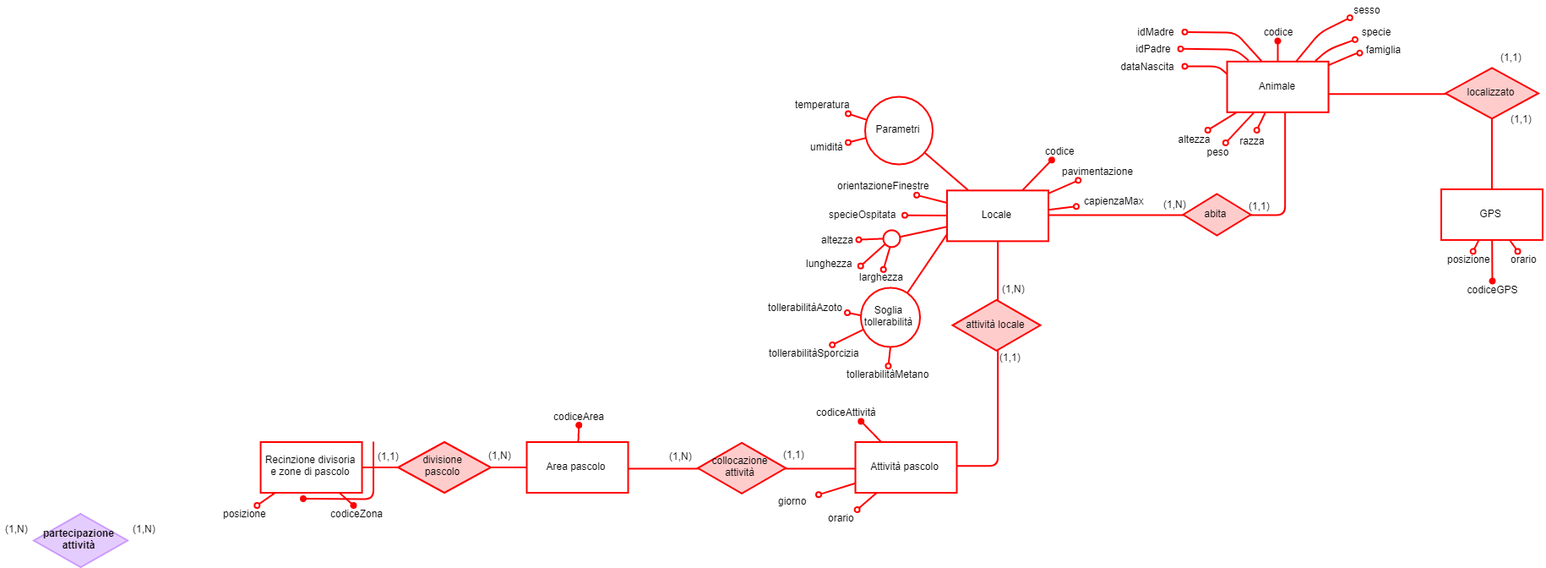
Before: operazioni/schemi_parziali/operazione-8.png, a diagram exported from draw.io (glmquint/Farmhouse). Source tidied: cells renumbered, new cells last; positions are measured from the earlier drawing's top-left corner, leaving out a move shared by most shapes.
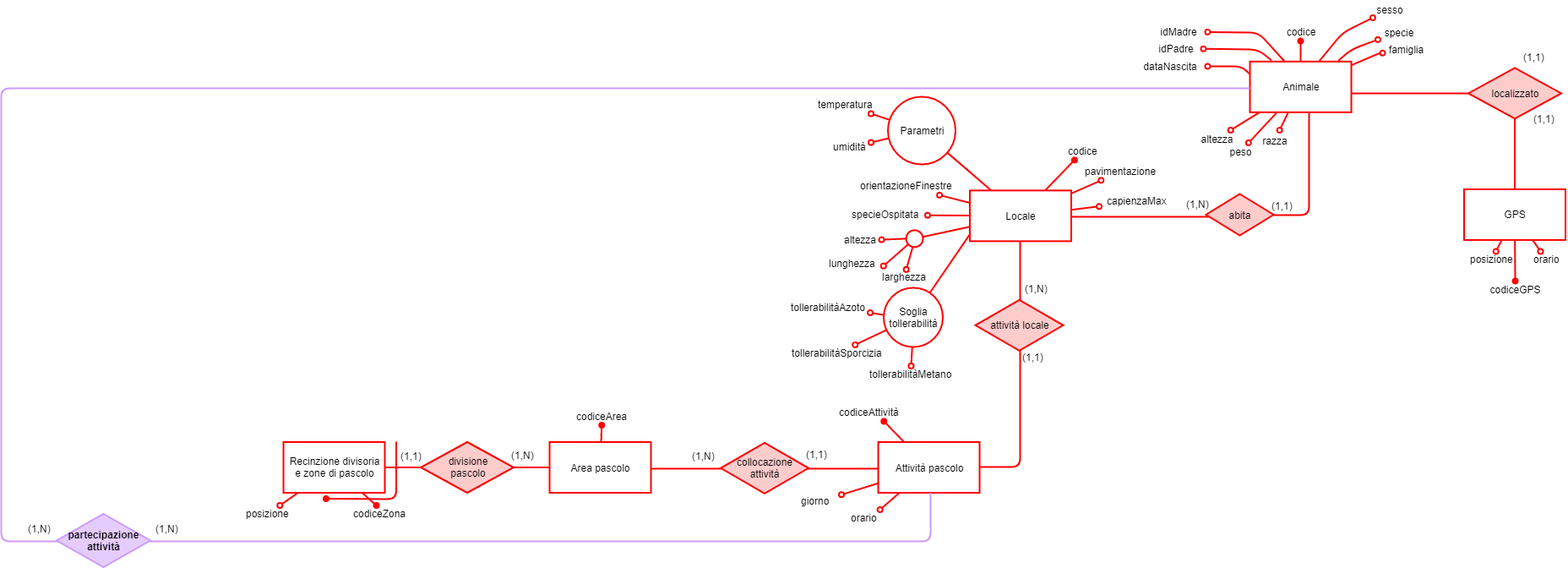
After the commit.

Change to the diagram source:
```diff
@@ -309,78 +309,93 @@
     <mxCell id="87" value="Attività pascolo" style="rounded=0;whiteSpace=wrap;html=1;align=center;strokeColor=#FF0000;strokeWidth=2;" parent="1" vertex="1">
       <mxGeometry x="1012" y="522.5" width="120" height="60" as="geometry" />
     </mxCell>
-    <mxCell id="88" style="rounded=1;comic=0;jumpSize=11;jettySize=auto;html=1;startArrow=none;startFill=0;endArrow=none;endFill=0;strokeColor=#FF0000;strokeWidth=2;edgeStyle=orthogonalEdgeStyle;" parent="1" edge="1" source="5" target="87">
+    <mxCell id="88" style="edgeStyle=orthogonalEdgeStyle;rounded=1;jettySize=auto;html=1;endArrow=none;endFill=0;strokeColor=#CC99FF;strokeWidth=2;" parent="1" edge="1" source="87" target="6">
       <mxGeometry relative="1" as="geometry">
         <Array as="points">
-          <mxPoint x="941.5" y="553" />
-          <mxPoint x="941.5" y="553" />
+          <mxPoint x="1074" y="640" />
         </Array>
       </mxGeometry>
     </mxCell>
-    <mxCell id="89" value="(1,1)&lt;br&gt;" style="text;html=1;align=center;verticalAlign=top;spacingTop=-4;" parent="1" vertex="1">
-      <mxGeometry x="919.1" y="528" width="40" height="20" as="geometry" />
+    <mxCell id="89" style="rounded=1;comic=0;jumpSize=11;jettySize=auto;html=1;startArrow=none;startFill=0;endArrow=none;endFill=0;strokeColor=#FF0000;strokeWidth=2;edgeStyle=orthogonalEdgeStyle;" parent="1" edge="1" source="5" target="87">
+      <mxGeometry relative="1" as="geometry">
+        <Array as="points">
+          <mxPoint x="941.5" y="553" />
+          <mxPoint x="941.5" y="553" />
+        </Array>
+      </mxGeometry>
     </mxCell>
-    <mxCell id="90" value="(1,N)" style="text;html=1;align=center;verticalAlign=top;spacingTop=-4;" parent="1" vertex="1">
-      <mxGeometry x="785.5" y="530" width="40" height="20" as="geometry" />
+    <mxCell id="90" value="(1,1)&lt;br&gt;" style="text;html=1;align=center;verticalAlign=top;spacingTop=-4;" parent="1" vertex="1">
+      <mxGeometry x="919.1" y="528" width="40" height="20" as="geometry" />
     </mxCell>
-    <mxCell id="91" style="edgeStyle=orthogonalEdgeStyle;rounded=1;jettySize=auto;html=1;endArrow=none;endFill=0;strokeColor=#FF0000;strokeWidth=2;" parent="1" edge="1" source="5" target="4">
-      <mxGeometry relative="1" as="geometry">
-        <Array as="points">
-          <mxPoint x="801.5" y="553" />
-          <mxPoint x="801.5" y="553" />
-        </Array>
-      </mxGeometry>
+    <mxCell id="91" value="(1,N)" style="text;html=1;align=center;verticalAlign=top;spacingTop=-4;" parent="1" vertex="1">
+      <mxGeometry x="785.5" y="530" width="40" height="20" as="geometry" />
     </mxCell>
-    <mxCell id="92" value="codiceArea" style="text;html=1;points=[];align=center;verticalAlign=top;spacingTop=-4;" parent="1" vertex="1">
-      <mxGeometry x="645" y="482.5" width="80" height="20" as="geometry" />
+    <mxCell id="92" style="edgeStyle=orthogonalEdgeStyle;rounded=1;jettySize=auto;html=1;endArrow=none;endFill=0;strokeColor=#FF0000;strokeWidth=2;" parent="1" edge="1" source="5" target="4">
+      <mxGeometry relative="1" as="geometry">
+        <Array as="points">
+          <mxPoint x="801.5" y="553" />
+          <mxPoint x="801.5" y="553" />
+        </Array>
+      </mxGeometry>
     </mxCell>
-    <mxCell id="93" style="edgeStyle=none;rounded=1;jettySize=auto;html=1;endArrow=oval;endFill=1;strokeColor=#FF0000;strokeWidth=2;" parent="1" edge="1" source="4" target="92">
-      <mxGeometry relative="1" as="geometry" />
+    <mxCell id="93" value="codiceArea" style="text;html=1;points=[];align=center;verticalAlign=top;spacingTop=-4;" parent="1" vertex="1">
+      <mxGeometry x="645" y="482.5" width="80" height="20" as="geometry" />
     </mxCell>
-    <mxCell id="94" value="(1,N)&lt;br&gt;" style="text;html=1;align=center;verticalAlign=top;spacingTop=-4;" parent="1" vertex="1">
-      <mxGeometry x="571.5" y="528.5" width="40" height="20" as="geometry" />
+    <mxCell id="94" style="edgeStyle=none;rounded=1;jettySize=auto;html=1;endArrow=oval;endFill=1;strokeColor=#FF0000;strokeWidth=2;" parent="1" edge="1" source="4" target="93">
+      <mxGeometry relative="1" as="geometry" />
     </mxCell>
-    <mxCell id="95" style="edgeStyle=none;rounded=1;jettySize=auto;html=1;endArrow=none;endFill=0;strokeColor=#FF0000;strokeWidth=2;" parent="1" edge="1" source="4" target="3">
-      <mxGeometry relative="1" as="geometry" />
+    <mxCell id="95" value="(1,N)&lt;br&gt;" style="text;html=1;align=center;verticalAlign=top;spacingTop=-4;" parent="1" vertex="1">
+      <mxGeometry x="571.5" y="528.5" width="40" height="20" as="geometry" />
     </mxCell>
-    <mxCell id="96" value="(1,1)&lt;br&gt;" style="text;html=1;align=center;verticalAlign=top;spacingTop=-4;" parent="1" vertex="1">
-      <mxGeometry x="439.5" y="530" width="40" height="20" as="geometry" />
+    <mxCell id="96" style="edgeStyle=none;rounded=1;jettySize=auto;html=1;endArrow=none;endFill=0;strokeColor=#FF0000;strokeWidth=2;" parent="1" edge="1" source="4" target="3">
+      <mxGeometry relative="1" as="geometry" />
     </mxCell>
-    <mxCell id="97" style="edgeStyle=none;rounded=1;jettySize=auto;html=1;endArrow=none;endFill=0;strokeColor=#FF0000;strokeWidth=2;" parent="1" edge="1" source="3" target="2">
-      <mxGeometry relative="1" as="geometry" />
+    <mxCell id="97" value="(1,1)&lt;br&gt;" style="text;html=1;align=center;verticalAlign=top;spacingTop=-4;" parent="1" vertex="1">
+      <mxGeometry x="439.5" y="530" width="40" height="20" as="geometry" />
     </mxCell>
-    <mxCell id="98" style="endArrow=oval;html=1;endFill=1;strokeColor=#FF0000;strokeWidth=2;" parent="1" edge="1">
-      <mxGeometry relative="1" as="geometry">
-        <mxPoint x="441.5" y="522" as="sourcePoint" />
-        <mxPoint x="358.5" y="589.5" as="targetPoint" />
-        <Array as="points">
-          <mxPoint x="441.5" y="590" />
-        </Array>
-      </mxGeometry>
+    <mxCell id="98" style="edgeStyle=none;rounded=1;jettySize=auto;html=1;endArrow=none;endFill=0;strokeColor=#FF0000;strokeWidth=2;" parent="1" edge="1" source="3" target="2">
+      <mxGeometry relative="1" as="geometry" />
     </mxCell>
-    <mxCell id="99" value="codiceZona" style="text;html=1;points=[];align=left;verticalAlign=top;spacingTop=-4;" parent="1" vertex="1">
-      <mxGeometry x="389" y="597.5" width="80" height="20" as="geometry" />
+    <mxCell id="99" style="endArrow=oval;html=1;endFill=1;strokeColor=#FF0000;strokeWidth=2;" parent="1" edge="1">
+      <mxGeometry relative="1" as="geometry">
+        <mxPoint x="441.5" y="522" as="sourcePoint" />
+        <mxPoint x="358.5" y="589.5" as="targetPoint" />
+        <Array as="points">
+          <mxPoint x="441.5" y="590" />
+        </Array>
+      </mxGeometry>
     </mxCell>
-    <mxCell id="100" style="edgeStyle=none;rounded=0;jettySize=auto;html=1;endArrow=oval;endFill=1;strokeColor=#FF0000;strokeWidth=2;" parent="1" edge="1" source="2" target="99">
-      <mxGeometry relative="1" as="geometry" />
+    <mxCell id="100" value="codiceZona" style="text;html=1;points=[];align=left;verticalAlign=top;spacingTop=-4;" parent="1" vertex="1">
+      <mxGeometry x="389" y="597.5" width="80" height="20" as="geometry" />
     </mxCell>
-    <mxCell id="101" style="edgeStyle=none;rounded=0;jettySize=auto;html=1;endArrow=oval;endFill=0;strokeColor=#FF0000;strokeWidth=2;" parent="1" edge="1" source="2" target="102">
+    <mxCell id="101" style="edgeStyle=none;rounded=0;jettySize=auto;html=1;endArrow=oval;endFill=1;strokeColor=#FF0000;strokeWidth=2;" parent="1" edge="1" source="2" target="100">
       <mxGeometry relative="1" as="geometry" />
     </mxCell>
-    <mxCell id="102" value="posizione" style="text;html=1;points=[];align=center;verticalAlign=top;spacingTop=-4;" parent="1" vertex="1">
-      <mxGeometry x="254.5" y="597.5" width="70" height="20" as="geometry" />
+    <mxCell id="102" style="edgeStyle=none;rounded=0;jettySize=auto;html=1;endArrow=oval;endFill=0;strokeColor=#FF0000;strokeWidth=2;" parent="1" edge="1" source="2" target="103">
+      <mxGeometry relative="1" as="geometry" />
     </mxCell>
-    <mxCell id="103" value="(1,N)" style="text;html=1;points=[];align=center;verticalAlign=top;spacingTop=-4;" parent="1" vertex="1">
-      <mxGeometry x="-0.4" y="616.5" width="40" height="20" as="geometry" />
+    <mxCell id="103" value="posizione" style="text;html=1;points=[];align=center;verticalAlign=top;spacingTop=-4;" parent="1" vertex="1">
+      <mxGeometry x="254.5" y="597.5" width="70" height="20" as="geometry" />
     </mxCell>
     <mxCell id="104" value="(1,N)" style="text;html=1;align=center;verticalAlign=top;spacingTop=-4;" parent="1" vertex="1">
-      <mxGeometry x="150" y="616.5" width="40" height="20" as="geometry" />
+      <mxGeometry x="-0.4" y="616.5" width="40" height="20" as="geometry" />
     </mxCell>
-    <mxCell id="105" value="orario" style="text;html=1;points=[];align=left;verticalAlign=top;spacingTop=-4;" parent="1" vertex="1">
-      <mxGeometry x="977.5" y="602.5" width="50" height="20" as="geometry" />
+    <mxCell id="105" style="edgeStyle=orthogonalEdgeStyle;rounded=1;jettySize=auto;html=1;endArrow=none;endFill=0;strokeColor=#CC99FF;strokeWidth=2;" parent="1" edge="1" source="6" target="10">
+      <mxGeometry relative="1" as="geometry">
+        <Array as="points">
+          <mxPoint x="-26" y="640" />
+          <mxPoint x="-26" y="104" />
+        </Array>
+      </mxGeometry>
     </mxCell>
-    <mxCell id="106" style="edgeStyle=none;rounded=1;jettySize=auto;html=1;endArrow=oval;endFill=0;strokeColor=#FF0000;strokeWidth=2;" parent="1" edge="1" source="87" target="105">
-      <mxGeometry relative="1" as="geometry" />
+    <mxCell id="106" value="(1,N)" style="text;html=1;align=center;verticalAlign=top;spacingTop=-4;" parent="1" vertex="1">
+      <mxGeometry x="150" y="616.5" width="40" height="20" as="geometry" />
     </mxCell>
+    <mxCell id="107" value="orario" style="text;html=1;points=[];align=left;verticalAlign=top;spacingTop=-4;" parent="1" vertex="1">
+      <mxGeometry x="977.5" y="602.5" width="50" height="20" as="geometry" />
+    </mxCell>
+    <mxCell id="108" style="edgeStyle=none;rounded=1;jettySize=auto;html=1;endArrow=oval;endFill=0;strokeColor=#FF0000;strokeWidth=2;" parent="1" edge="1" source="87" target="107">
+      <mxGeometry relative="1" as="geometry" />
+    </mxCell>
   </root>
 </mxGraphModel>
```
